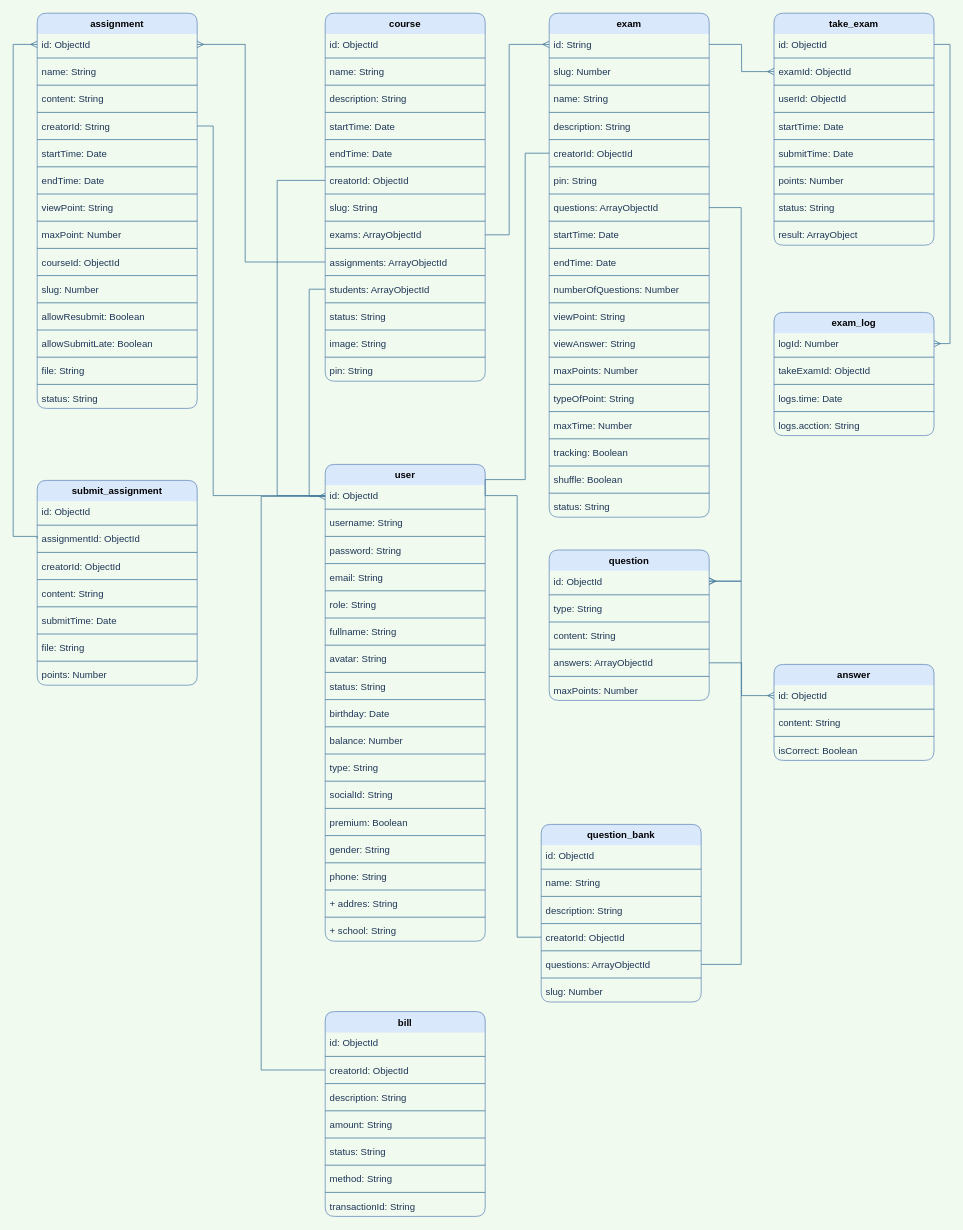
Earlier version of the draw.io diagram page "Database diagram" (1 of 3) of Biểu đồ không có tiêu đề.drawio (leecuongv/BE_Online_Examination_System). Source tidied: cells renumbered, new cells numbered last; positions are measured from the earlier drawing's top-left corner, leaving out a move shared by most shapes. Both pictures are drawn from the tidied source at 80%, with x=0, y=0 at pixel (13, 13).
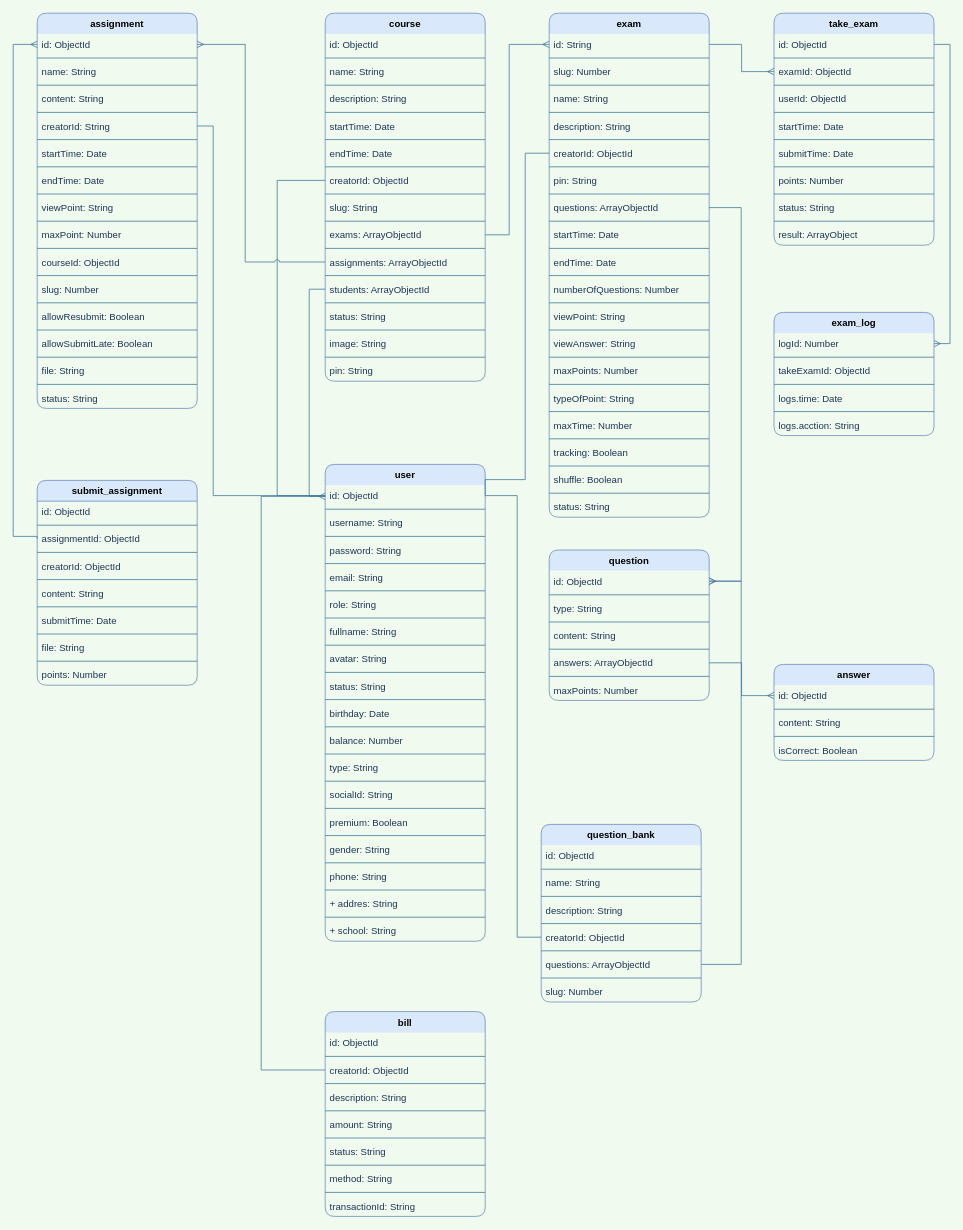
Above is the later version.

The change refers to these unchanged cells:
```xml
<mxCell id="23" value="  id: ObjectId" style="text;strokeColor=none;fillColor=none;align=left;verticalAlign=top;spacingLeft=4;spacingRight=4;overflow=hidden;points=[[0,0.5],[1,0.5]];portConstraint=eastwest;rounded=1;glass=0;sketch=0;fontColor=#1D3557;swimlaneLine=0;" parent="22" vertex="1">
  <mxGeometry y="26" width="200" height="26" as="geometry" />
</mxCell>
<mxCell id="67" value="  assignments: ArrayObjectId" style="text;strokeColor=none;fillColor=none;align=left;verticalAlign=top;spacingLeft=4;spacingRight=4;overflow=hidden;points=[[0,0.5],[1,0.5]];portConstraint=eastwest;rounded=1;glass=0;sketch=0;fontColor=#1D3557;swimlaneLine=0;" parent="50" vertex="1">
  <mxGeometry y="298" width="200" height="26" as="geometry" />
</mxCell>
```

Diff of the diagram source:
```diff
@@
-    <mxCell id="143" value="submit_assignment" style="swimlane;fontStyle=1;align=center;verticalAlign=top;horizontal=1;startSize=26;rounded=1;glass=0;sketch=0;fillColor=#dae8fc;strokeColor=#6c8ebf;swimlaneLine=0;" parent="1" vertex="1">
+    <mxCell id="143" value="submit_assignment" style="swimlane;fontStyle=1;align=center;verticalAlign=top;horizontal=1;startSize=26;rounded=1;glass=0;fillColor=#dae8fc;strokeColor=#6c8ebf;swimlaneLine=1;shadow=0;" parent="1" vertex="1">
       <mxGeometry x="30" y="584" width="200" height="256" as="geometry" />
     </mxCell>
@@
-    <mxCell id="214" style="edgeStyle=orthogonalEdgeStyle;rounded=0;jettySize=auto;html=1;entryX=1;entryY=0.5;entryDx=0;entryDy=0;strokeColor=#457B9D;fontColor=#1D3557;startArrow=none;startFill=0;endArrow=ERmany;endFill=0;fillColor=#A8DADC;swimlaneLine=0;labelBackgroundColor=#F1FAEE;" parent="1" edge="1" source="67" target="23">
+    <mxCell id="214" style="edgeStyle=orthogonalEdgeStyle;rounded=0;jettySize=auto;html=1;entryX=1;entryY=0.5;entryDx=0;entryDy=0;strokeColor=#457B9D;fontColor=#1D3557;startArrow=none;startFill=0;endArrow=ERmany;endFill=0;fillColor=#A8DADC;swimlaneLine=0;labelBackgroundColor=#F1FAEE;jumpStyle=arc;" parent="1" edge="1" source="67" target="23">
       <mxGeometry relative="1" as="geometry">
         <Array as="points">
           <mxPoint x="290" y="311" />
           <mxPoint x="290" y="39" />
         </Array>
       </mxGeometry>
     </mxCell>
```
